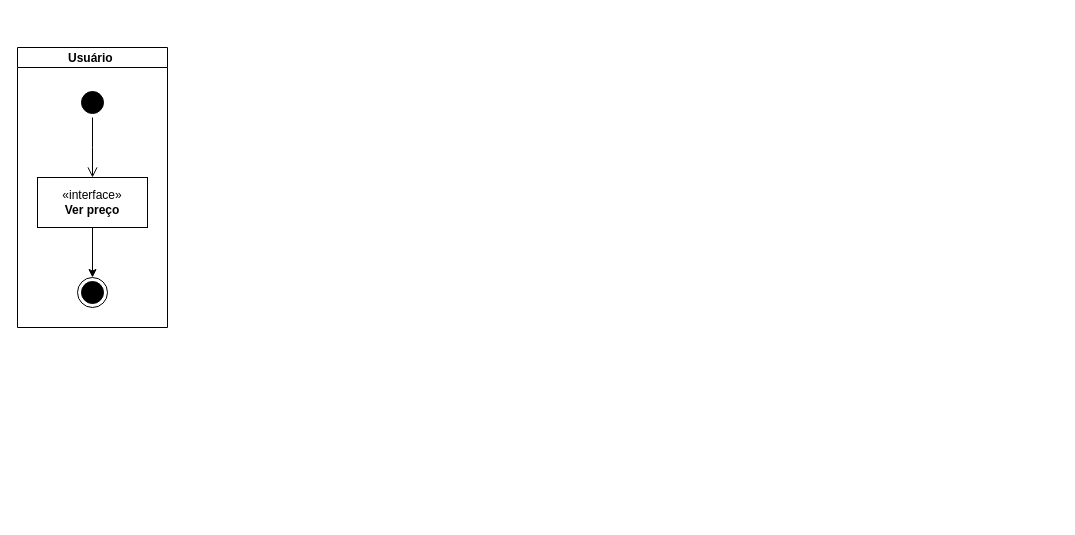
This is Documentação/Diagramas/Diagrama_atividade.drawio from LeozinRomeiro/Defray_Cost_Fuel, a draw.io file, before an edit. Source tidied: cells renumbered, new cells numbered last; positions are measured from the earlier drawing's top-left corner, leaving out a move shared by most shapes. Both pictures are drawn from the tidied source at 100%, with x=0, y=0 at pixel (17, 47).
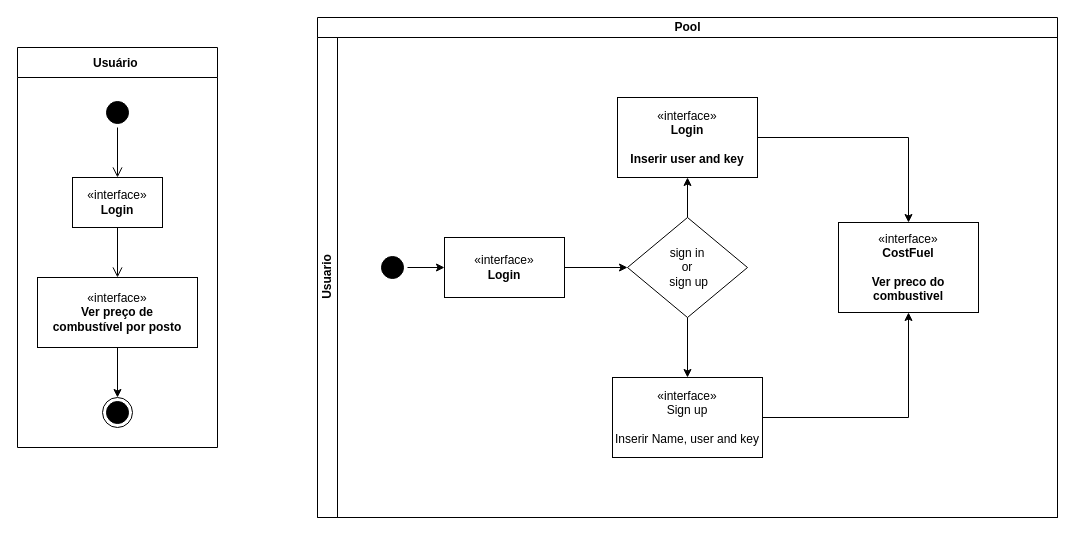
After the change.

Commit message:
1.3 Adicionei logica de login e objetivo de ver preco

Diff of the diagram source:
```diff
@@
-    <mxCell id="2" value="Usuário " style="swimlane;startSize=20;horizontal=1;horizontalTree=0;containerType=tree;fontSize=12;" parent="1" vertex="1">
-      <mxGeometry width="150" height="280" as="geometry" />
+    <mxCell id="2" value="Usuário " style="swimlane;startSize=30;horizontal=1;horizontalTree=0;containerType=tree;fontSize=12;swimlaneLine=1;strokeColor=default;gradientColor=none;swimlaneFillColor=none;" parent="1" vertex="1">
+      <mxGeometry width="200" height="400" as="geometry" />
     </mxCell>
     <mxCell id="3" style="ellipse;html=1;shape=endState;fillColor=#000000;strokeColor=#000000;" parent="2" vertex="1">
-      <mxGeometry x="60" y="230" width="30" height="30" as="geometry" />
+      <mxGeometry x="85" y="350" width="30" height="30" as="geometry" />
     </mxCell>
-    <mxCell id="4" style="edgeStyle=orthogonalEdgeStyle;rounded=0;jettySize=auto;html=1;entryX=0.5;entryY=0;entryDx=0;entryDy=0;" parent="2" edge="1" source="5" target="3">
+    <mxCell id="4" style="edgeStyle=orthogonalEdgeStyle;rounded=0;jettySize=auto;html=1;entryX=0.5;entryY=0;entryDx=0;entryDy=0;exitX=0.5;exitY=1;exitDx=0;exitDy=0;" parent="2" edge="1" source="9" target="3">
       <mxGeometry relative="1" as="geometry" />
     </mxCell>
-    <mxCell id="5" value="«interface»&lt;br&gt;&lt;b&gt;Ver preço&lt;/b&gt;" style="html=1;whiteSpace=wrap;" parent="2" vertex="1">
-      <mxGeometry x="20" y="130" width="110" height="50" as="geometry" />
+    <mxCell id="5" value="«interface»&lt;br&gt;&lt;b&gt;Login&lt;/b&gt;" style="html=1;whiteSpace=wrap;" parent="2" vertex="1">
+      <mxGeometry x="55" y="130" width="90" height="50" as="geometry" />
     </mxCell>
     <mxCell id="6" style="ellipse;html=1;shape=startState;fillColor=#000000;strokeColor=#000000;" parent="2" vertex="1">
-      <mxGeometry x="60" y="40" width="30" height="30" as="geometry" />
+      <mxGeometry x="85" y="50" width="30" height="30" as="geometry" />
     </mxCell>
-    <mxCell id="7" style="edgeStyle=orthogonalEdgeStyle;html=1;verticalAlign=bottom;endArrow=open;endSize=8;strokeColor=#000000;rounded=0;" parent="2" edge="1" source="6">
-      <mxGeometry relative="1" as="geometry">
-        <mxPoint x="75" y="130" as="targetPoint" />
-      </mxGeometry>
+    <mxCell id="7" style="edgeStyle=orthogonalEdgeStyle;html=1;verticalAlign=bottom;endArrow=open;endSize=8;strokeColor=#000000;rounded=0;entryX=0.5;entryY=0;entryDx=0;entryDy=0;" parent="2" edge="1" source="6" target="5">
+      <mxGeometry relative="1" as="geometry" />
     </mxCell>
+    <mxCell id="8" style="edgeStyle=orthogonalEdgeStyle;html=1;verticalAlign=bottom;endArrow=open;endSize=8;strokeColor=#000000;rounded=0;entryX=0.5;entryY=0;entryDx=0;entryDy=0;" parent="2" edge="1" source="5" target="9">
+      <mxGeometry relative="1" as="geometry" />
+    </mxCell>
+    <mxCell id="9" value="«interface»&lt;br&gt;&lt;b&gt;Ver preço de combustível&amp;nbsp;por posto&lt;/b&gt;" style="html=1;whiteSpace=wrap;" parent="2" vertex="1">
+      <mxGeometry x="20" y="230" width="160" height="70" as="geometry" />
+    </mxCell>
+    <mxCell id="10" value="Pool" style="swimlane;horizontal=1;startSize=20;html=1;" parent="1" vertex="1">
+      <mxGeometry x="300" y="-30" width="740" height="500" as="geometry" />
+    </mxCell>
+    <mxCell id="11" value="Usuario" style="swimlane;startSize=20;horizontal=0;html=1;" parent="10" vertex="1">
+      <mxGeometry y="20" width="740" height="480" as="geometry" />
+    </mxCell>
+    <mxCell id="12" style="edgeStyle=orthogonalEdgeStyle;rounded=0;jettySize=auto;html=1;" parent="11" edge="1" source="13" target="15">
+      <mxGeometry relative="1" as="geometry" />
+    </mxCell>
+    <mxCell id="13" style="ellipse;html=1;shape=startState;fillColor=#000000;strokeColor=#000000;" parent="11" vertex="1">
+      <mxGeometry x="60" y="215" width="30" height="30" as="geometry" />
+    </mxCell>
+    <mxCell id="14" style="edgeStyle=orthogonalEdgeStyle;rounded=0;jettySize=auto;html=1;" parent="11" edge="1" source="15" target="18">
+      <mxGeometry relative="1" as="geometry" />
+    </mxCell>
+    <mxCell id="15" value="«interface»&lt;br style=&quot;border-color: var(--border-color);&quot;&gt;&lt;b style=&quot;border-color: var(--border-color);&quot;&gt;Login&lt;/b&gt;" style="whiteSpace=wrap;html=1;fillColor=none;strokeColor=#000000;" parent="11" vertex="1">
+      <mxGeometry x="127" y="200" width="120" height="60" as="geometry" />
+    </mxCell>
+    <mxCell id="16" style="edgeStyle=orthogonalEdgeStyle;rounded=0;jettySize=auto;html=1;" parent="11" edge="1" source="18" target="20">
+      <mxGeometry relative="1" as="geometry" />
+    </mxCell>
+    <mxCell id="17" style="edgeStyle=orthogonalEdgeStyle;rounded=0;jettySize=auto;html=1;" parent="11" edge="1" source="18" target="22">
+      <mxGeometry relative="1" as="geometry" />
+    </mxCell>
+    <mxCell id="18" value="sign in &lt;br&gt;or&lt;br&gt;&amp;nbsp;sign up" style="rhombus;whiteSpace=wrap;html=1;fillColor=none;strokeColor=#000000;" parent="11" vertex="1">
+      <mxGeometry x="310" y="180" width="120" height="100" as="geometry" />
+    </mxCell>
+    <mxCell id="19" style="edgeStyle=orthogonalEdgeStyle;rounded=0;jettySize=auto;html=1;entryX=0.5;entryY=0;entryDx=0;entryDy=0;" parent="11" edge="1" source="20" target="23">
+      <mxGeometry relative="1" as="geometry" />
+    </mxCell>
+    <mxCell id="20" value="«interface»&lt;br style=&quot;border-color: var(--border-color);&quot;&gt;&lt;b style=&quot;border-color: var(--border-color);&quot;&gt;Login&lt;br&gt;&lt;br&gt;Inserir user and key&lt;br&gt;&lt;/b&gt;" style="whiteSpace=wrap;html=1;fillColor=none;strokeColor=#000000;" parent="11" vertex="1">
+      <mxGeometry x="300" y="60" width="140" height="80" as="geometry" />
+    </mxCell>
+    <mxCell id="21" style="edgeStyle=orthogonalEdgeStyle;rounded=0;jettySize=auto;html=1;" parent="11" edge="1" source="22" target="23">
+      <mxGeometry relative="1" as="geometry" />
+    </mxCell>
+    <mxCell id="22" value="«interface»&lt;br&gt;Sign up&lt;br&gt;&lt;br&gt;Inserir Name, user and key" style="whiteSpace=wrap;html=1;fillColor=none;strokeColor=#000000;" parent="11" vertex="1">
+      <mxGeometry x="295" y="340" width="150" height="80" as="geometry" />
+    </mxCell>
+    <mxCell id="23" value="«interface»&lt;br style=&quot;border-color: var(--border-color);&quot;&gt;&lt;b style=&quot;border-color: var(--border-color);&quot;&gt;CostFuel&lt;br&gt;&lt;br&gt;Ver preco do combustivel&lt;br&gt;&lt;/b&gt;" style="whiteSpace=wrap;html=1;fillColor=none;strokeColor=#000000;" parent="11" vertex="1">
+      <mxGeometry x="521" y="185" width="140" height="90" as="geometry" />
+    </mxCell>
```
